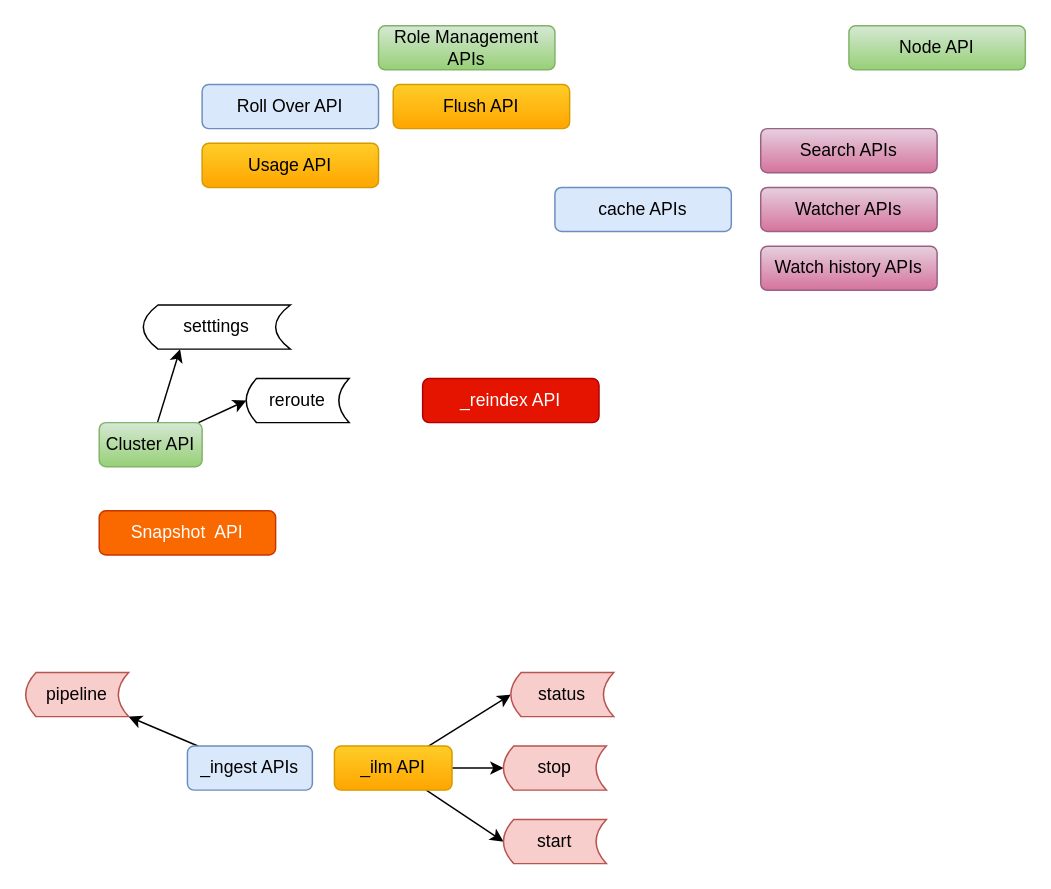
This is page "Administration APIs" (2 of 6) of My Articles/elastic stack/ES REST APIs.drawio from paramothers/books, a draw.io file, before an edit. Source tidied: cells renumbered, new cells numbered last; positions are measured from the earlier drawing's top-left corner, leaving out a move shared by most shapes. Both pictures are drawn from the tidied source at 147%, with x=0, y=0 at pixel (25, 25).
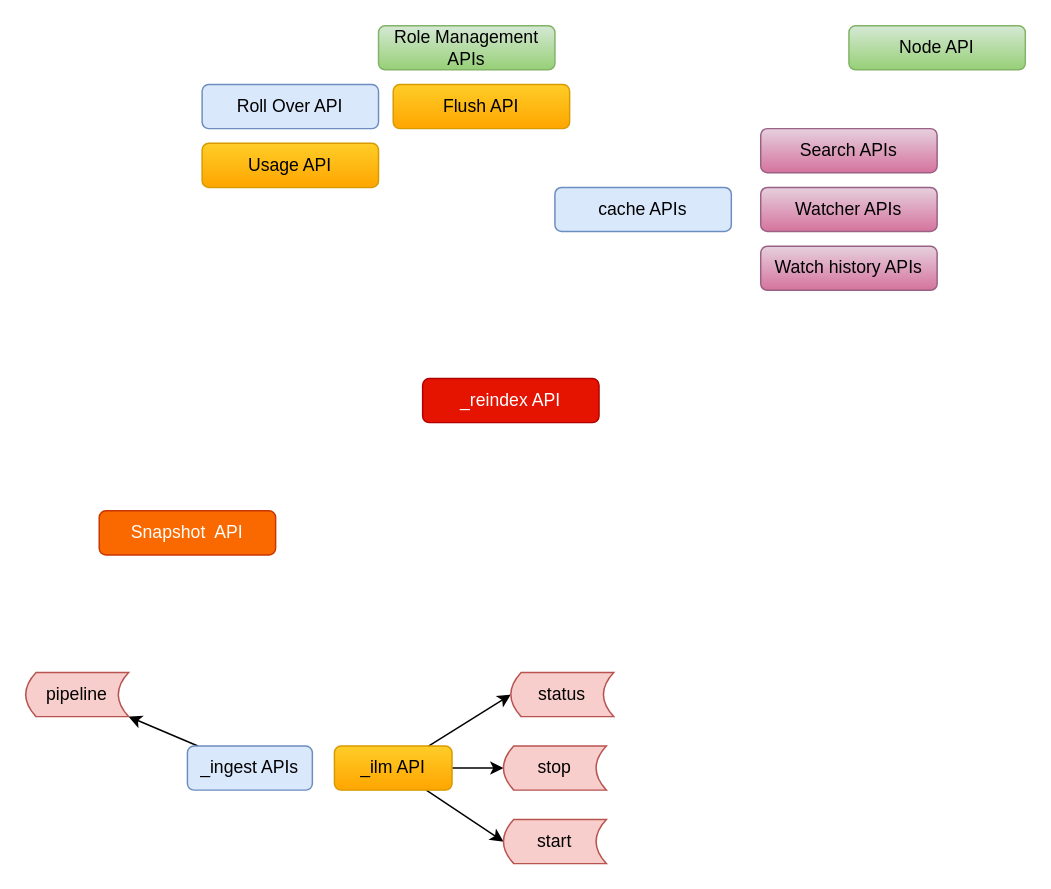
The same diagram, later.

Change to the diagram source:
```diff
@@
-    <mxCell id="7" style="edgeStyle=none;rounded=0;jettySize=auto;html=1;entryX=0.25;entryY=1;entryDx=0;entryDy=0;" parent="1" edge="1" source="9" target="10">
-      <mxGeometry relative="1" as="geometry" />
-    </mxCell>
-    <mxCell id="8" style="edgeStyle=none;rounded=0;jettySize=auto;html=1;entryX=0;entryY=0.5;entryDx=0;entryDy=0;" parent="1" edge="1" source="9" target="11">
-      <mxGeometry relative="1" as="geometry" />
-    </mxCell>
-    <mxCell id="9" value="Cluster API" style="rounded=1;whiteSpace=wrap;html=1;fillColor=#d5e8d4;strokeColor=#82b366;gradientColor=#97d077;" parent="1" vertex="1">
-      <mxGeometry x="50" y="270" width="70" height="30" as="geometry" />
-    </mxCell>
-    <mxCell id="10" value="setttings" style="shape=dataStorage;whiteSpace=wrap;html=1;" parent="1" vertex="1">
-      <mxGeometry x="80" y="190" width="100" height="30" as="geometry" />
-    </mxCell>
-    <mxCell id="11" value="reroute" style="shape=dataStorage;whiteSpace=wrap;html=1;" parent="1" vertex="1">
-      <mxGeometry x="150" y="240" width="70" height="30" as="geometry" />
-    </mxCell>
```
